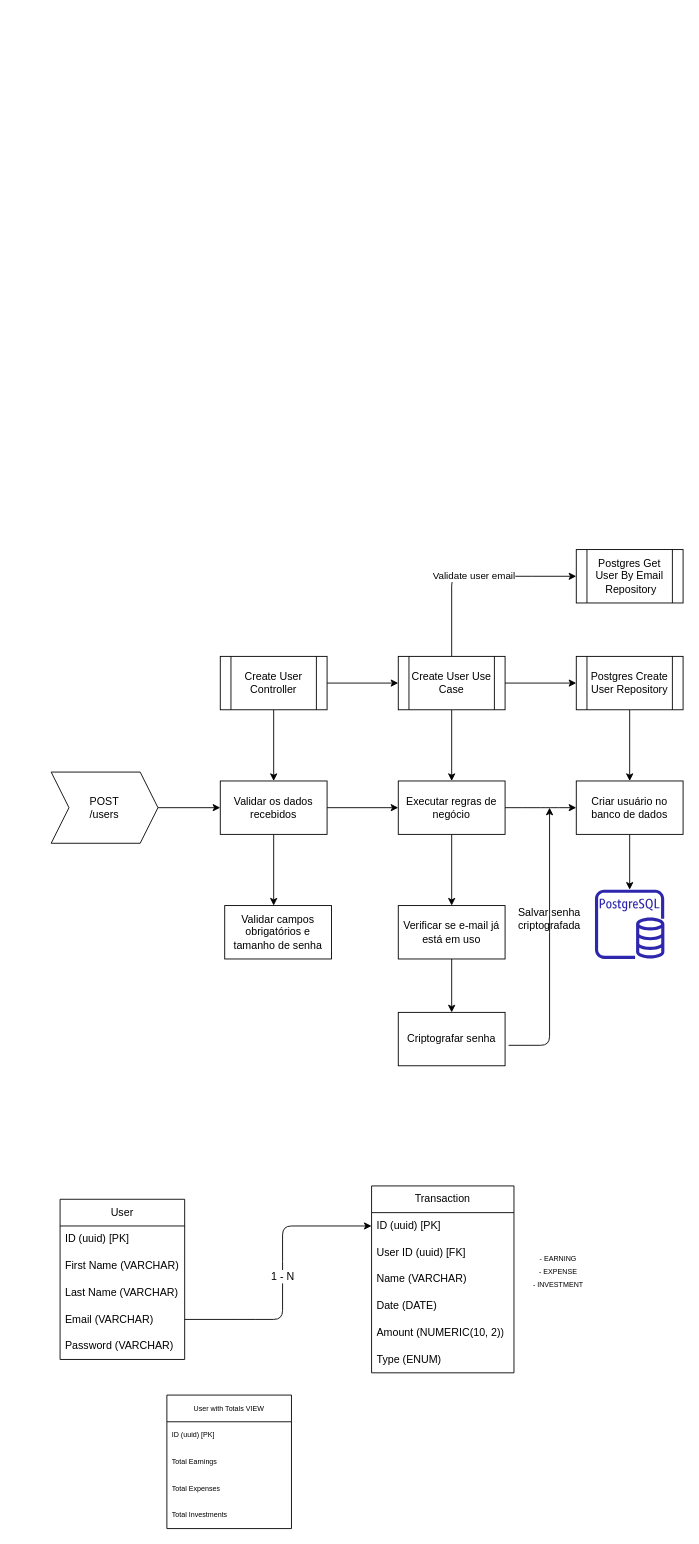
This is diagramaDB.drawio from Ivan-Leonardi/finance-app, a draw.io file, before an edit. Source tidied: cells renumbered, new cells numbered last; positions are measured from the earlier drawing's top-left corner, leaving out a move shared by most shapes. Both pictures are drawn from the tidied source at 89%, with x=0, y=0 at pixel (51, 549).
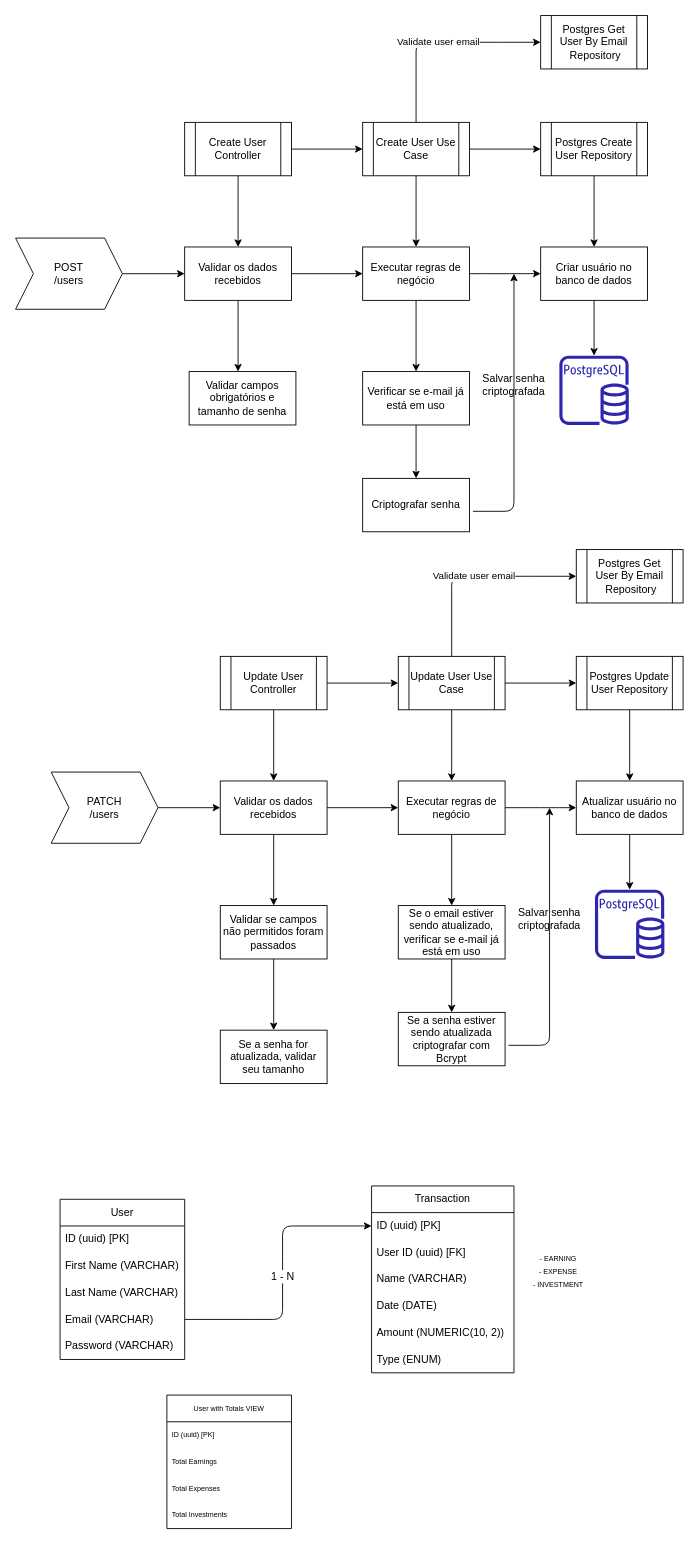
The same diagram, later.

The change refers to these unchanged cells:
```xml
<mxCell id="26" value="Validar os dados recebidos" style="whiteSpace=wrap;html=1;" parent="1" vertex="1">
  <mxGeometry x="190" y="260" width="120" height="60" as="geometry" />
</mxCell>
```

The edit, as a diff of the source:
```diff
@@
-    <mxCell id="23" value="POST&lt;br&gt;/users" style="shape=step;perimeter=stepPerimeter;whiteSpace=wrap;html=1;fixedSize=1;" parent="1" vertex="1">
+    <mxCell id="23" value="PATCH&lt;br&gt;/users" style="shape=step;perimeter=stepPerimeter;whiteSpace=wrap;html=1;fixedSize=1;" parent="1" vertex="1">
       <mxGeometry y="250" width="120" height="80" as="geometry" />
     </mxCell>
@@
-    <mxCell id="25" style="edgeStyle=none;html=1;" parent="1" edge="1" source="26">
-      <mxGeometry relative="1" as="geometry">
-        <mxPoint x="250" y="400" as="targetPoint" />
-      </mxGeometry>
-    </mxCell>
+    <mxCell id="49" style="edgeStyle=none;html=1;" parent="1" edge="1" source="26" target="77">
+      <mxGeometry relative="1" as="geometry" />
+    </mxCell>
@@
-    <mxCell id="31" value="Criar usuário no banco de dados" style="whiteSpace=wrap;html=1;" parent="1" vertex="1">
+    <mxCell id="31" value="Atualizar usuário no banco de dados" style="whiteSpace=wrap;html=1;" parent="1" vertex="1">
       <mxGeometry x="590" y="260" width="120" height="60" as="geometry" />
     </mxCell>
-    <mxCell id="32" value="Validar campos obrigatórios e tamanho de senha" style="whiteSpace=wrap;html=1;" parent="1" vertex="1">
-      <mxGeometry x="195" y="400" width="120" height="60" as="geometry" />
-    </mxCell>
@@
-    <mxCell id="34" value="Verificar se e-mail já está em uso" style="whiteSpace=wrap;html=1;" parent="1" vertex="1">
+    <mxCell id="34" value="Se o email estiver sendo atualizado, verificar se e-mail já está em uso" style="whiteSpace=wrap;html=1;" parent="1" vertex="1">
       <mxGeometry x="390" y="400" width="120" height="60" as="geometry" />
     </mxCell>
-    <mxCell id="35" style="sketch=0;fontColor=#232F3E;gradientColor=none;fillColor=#2E27AD;strokeColor=none;dashed=0;verticalLabelPosition=bottom;verticalAlign=top;align=center;html=1;fontSize=12;fontStyle=0;shape=mxgraph.aws4.rds_postgresql_instance;" parent="1" vertex="1">
+    <mxCell id="35" style="fontColor=#232F3E;gradientColor=none;fillColor=#2E27AD;strokeColor=none;dashed=0;verticalLabelPosition=bottom;verticalAlign=top;align=center;html=1;fontSize=12;fontStyle=0;shape=mxgraph.aws4.rds_postgresql_instance;" parent="1" vertex="1">
       <mxGeometry x="611" y="382" width="78" height="78" as="geometry" />
     </mxCell>
@@
-    <mxCell id="38" value="Create User Controller" style="shape=process;whiteSpace=wrap;html=1;backgroundOutline=1;" parent="1" vertex="1">
+    <mxCell id="38" value="Update User Controller" style="shape=process;whiteSpace=wrap;html=1;backgroundOutline=1;" parent="1" vertex="1">
       <mxGeometry x="190" y="120" width="120" height="60" as="geometry" />
     </mxCell>
@@
-    <mxCell id="42" value="Create User Use Case" style="shape=process;whiteSpace=wrap;html=1;backgroundOutline=1;" parent="1" vertex="1">
+    <mxCell id="42" value="Update User Use Case" style="shape=process;whiteSpace=wrap;html=1;backgroundOutline=1;" parent="1" vertex="1">
       <mxGeometry x="390" y="120" width="120" height="60" as="geometry" />
     </mxCell>
@@
-    <mxCell id="44" value="Postgres Create User Repository" style="shape=process;whiteSpace=wrap;html=1;backgroundOutline=1;" parent="1" vertex="1">
+    <mxCell id="44" value="Postgres Update User Repository" style="shape=process;whiteSpace=wrap;html=1;backgroundOutline=1;" parent="1" vertex="1">
       <mxGeometry x="590" y="120" width="120" height="60" as="geometry" />
     </mxCell>
@@
-    <mxCell id="46" value="Criptografar senha" style="whiteSpace=wrap;html=1;" parent="1" vertex="1">
+    <mxCell id="46" value="Se a senha estiver sendo atualizada criptografar com Bcrypt" style="whiteSpace=wrap;html=1;" parent="1" vertex="1">
       <mxGeometry x="390" y="520" width="120" height="60" as="geometry" />
     </mxCell>
@@
+    <mxCell id="50" style="edgeStyle=none;html=1;" parent="1" edge="1" target="54">
+      <mxGeometry relative="1" as="geometry">
+        <mxPoint x="80" y="-310" as="sourcePoint" />
+      </mxGeometry>
+    </mxCell>
+    <mxCell id="51" value="POST&lt;br&gt;/users" style="shape=step;perimeter=stepPerimeter;whiteSpace=wrap;html=1;fixedSize=1;" parent="1" vertex="1">
+      <mxGeometry x="-40" y="-350" width="120" height="80" as="geometry" />
+    </mxCell>
+    <mxCell id="52" style="edgeStyle=none;html=1;" parent="1" edge="1" source="54" target="57">
+      <mxGeometry relative="1" as="geometry" />
+    </mxCell>
+    <mxCell id="53" style="edgeStyle=none;html=1;" parent="1" edge="1" source="54">
+      <mxGeometry relative="1" as="geometry">
+        <mxPoint x="210" y="-200" as="targetPoint" />
+      </mxGeometry>
+    </mxCell>
+    <mxCell id="54" value="Validar os dados recebidos" style="whiteSpace=wrap;html=1;" parent="1" vertex="1">
+      <mxGeometry x="150" y="-340" width="120" height="60" as="geometry" />
+    </mxCell>
+    <mxCell id="55" style="edgeStyle=none;html=1;" parent="1" edge="1" source="57">
+      <mxGeometry relative="1" as="geometry">
+        <mxPoint x="550" y="-310" as="targetPoint" />
+        <Array as="points">
+          <mxPoint x="500" y="-310" />
+          <mxPoint x="520" y="-310" />
+        </Array>
+      </mxGeometry>
+    </mxCell>
+    <mxCell id="56" style="edgeStyle=none;html=1;" parent="1" edge="1" source="57">
+      <mxGeometry relative="1" as="geometry">
+        <mxPoint x="410" y="-200" as="targetPoint" />
+      </mxGeometry>
+    </mxCell>
+    <mxCell id="57" value="Executar regras de negócio" style="whiteSpace=wrap;html=1;" parent="1" vertex="1">
+      <mxGeometry x="350" y="-340" width="120" height="60" as="geometry" />
+    </mxCell>
+    <mxCell id="58" style="edgeStyle=none;html=1;" parent="1" edge="1">
+      <mxGeometry relative="1" as="geometry">
+        <mxPoint x="610" y="-280" as="sourcePoint" />
+        <mxPoint x="610" y="-217.9" as="targetPoint" />
+      </mxGeometry>
+    </mxCell>
+    <mxCell id="59" value="Criar usuário no banco de dados" style="whiteSpace=wrap;html=1;" parent="1" vertex="1">
+      <mxGeometry x="550" y="-340" width="120" height="60" as="geometry" />
+    </mxCell>
+    <mxCell id="32" value="Validar campos obrigatórios e tamanho de senha" style="whiteSpace=wrap;html=1;" parent="1" vertex="1">
+      <mxGeometry x="155" y="-200" width="120" height="60" as="geometry" />
+    </mxCell>
+    <mxCell id="60" style="edgeStyle=none;html=1;entryX=0.5;entryY=0;entryDx=0;entryDy=0;" parent="1" edge="1" source="61" target="73">
+      <mxGeometry relative="1" as="geometry" />
+    </mxCell>
+    <mxCell id="61" value="Verificar se e-mail já está em uso" style="whiteSpace=wrap;html=1;" parent="1" vertex="1">
+      <mxGeometry x="350" y="-200" width="120" height="60" as="geometry" />
+    </mxCell>
+    <mxCell id="62" style="fontColor=#232F3E;gradientColor=none;fillColor=#2E27AD;strokeColor=none;dashed=0;verticalLabelPosition=bottom;verticalAlign=top;align=center;html=1;fontSize=12;fontStyle=0;shape=mxgraph.aws4.rds_postgresql_instance;" parent="1" vertex="1">
+      <mxGeometry x="571" y="-218" width="78" height="78" as="geometry" />
+    </mxCell>
+    <mxCell id="63" style="edgeStyle=none;html=1;entryX=0.5;entryY=0;entryDx=0;entryDy=0;" parent="1" edge="1" source="65" target="54">
+      <mxGeometry relative="1" as="geometry" />
+    </mxCell>
+    <mxCell id="64" style="edgeStyle=none;html=1;entryX=0;entryY=0.5;entryDx=0;entryDy=0;" parent="1" edge="1" source="65" target="69">
+      <mxGeometry relative="1" as="geometry" />
+    </mxCell>
+    <mxCell id="65" value="Create User Controller" style="shape=process;whiteSpace=wrap;html=1;backgroundOutline=1;" parent="1" vertex="1">
+      <mxGeometry x="150" y="-480" width="120" height="60" as="geometry" />
+    </mxCell>
+    <mxCell id="66" style="edgeStyle=none;html=1;entryX=0.5;entryY=0;entryDx=0;entryDy=0;" parent="1" edge="1" source="69" target="57">
+      <mxGeometry relative="1" as="geometry" />
+    </mxCell>
+    <mxCell id="67" value="Validate user email&lt;br&gt;" style="edgeStyle=none;html=1;entryX=0;entryY=0.5;entryDx=0;entryDy=0;" parent="1" edge="1" source="69" target="74">
+      <mxGeometry relative="1" as="geometry">
+        <Array as="points">
+          <mxPoint x="410" y="-570" />
+          <mxPoint x="490" y="-570" />
+        </Array>
+      </mxGeometry>
+    </mxCell>
+    <mxCell id="68" style="edgeStyle=none;html=1;entryX=0;entryY=0.5;entryDx=0;entryDy=0;" parent="1" edge="1" source="69" target="71">
+      <mxGeometry relative="1" as="geometry" />
+    </mxCell>
+    <mxCell id="69" value="Create User Use Case" style="shape=process;whiteSpace=wrap;html=1;backgroundOutline=1;" parent="1" vertex="1">
+      <mxGeometry x="350" y="-480" width="120" height="60" as="geometry" />
+    </mxCell>
+    <mxCell id="70" style="edgeStyle=none;html=1;entryX=0.5;entryY=0;entryDx=0;entryDy=0;" parent="1" edge="1" source="71" target="59">
+      <mxGeometry relative="1" as="geometry" />
+    </mxCell>
+    <mxCell id="71" value="Postgres Create User Repository" style="shape=process;whiteSpace=wrap;html=1;backgroundOutline=1;" parent="1" vertex="1">
+      <mxGeometry x="550" y="-480" width="120" height="60" as="geometry" />
+    </mxCell>
+    <mxCell id="72" style="edgeStyle=none;html=1;exitX=1.033;exitY=0.617;exitDx=0;exitDy=0;exitPerimeter=0;" parent="1" edge="1" source="73">
+      <mxGeometry relative="1" as="geometry">
+        <mxPoint x="520" y="-310" as="targetPoint" />
+        <Array as="points">
+          <mxPoint x="520" y="-43" />
+          <mxPoint x="520" y="-180" />
+        </Array>
+      </mxGeometry>
+    </mxCell>
+    <mxCell id="73" value="Criptografar senha" style="whiteSpace=wrap;html=1;" parent="1" vertex="1">
+      <mxGeometry x="350" y="-80" width="120" height="60" as="geometry" />
+    </mxCell>
+    <mxCell id="74" value="Postgres Get User By Email&lt;br&gt;&amp;nbsp;Repository" style="shape=process;whiteSpace=wrap;html=1;backgroundOutline=1;" parent="1" vertex="1">
+      <mxGeometry x="550" y="-600" width="120" height="60" as="geometry" />
+    </mxCell>
+    <mxCell id="75" value="Salvar senha criptografada&lt;br&gt;" style="text;html=1;strokeColor=none;fillColor=none;align=center;verticalAlign=middle;whiteSpace=wrap;rounded=0;" parent="1" vertex="1">
+      <mxGeometry x="490" y="-200" width="60" height="30" as="geometry" />
+    </mxCell>
+    <mxCell id="76" style="edgeStyle=none;html=1;" parent="1" edge="1" source="77" target="78">
+      <mxGeometry relative="1" as="geometry" />
+    </mxCell>
+    <mxCell id="77" value="Validar se campos não permitidos foram passados" style="whiteSpace=wrap;html=1;" parent="1" vertex="1">
+      <mxGeometry x="190" y="400" width="120" height="60" as="geometry" />
+    </mxCell>
+    <mxCell id="78" value="Se a senha for atualizada, validar seu tamanho" style="whiteSpace=wrap;html=1;" parent="1" vertex="1">
+      <mxGeometry x="190" y="540" width="120" height="60" as="geometry" />
+    </mxCell>
```
